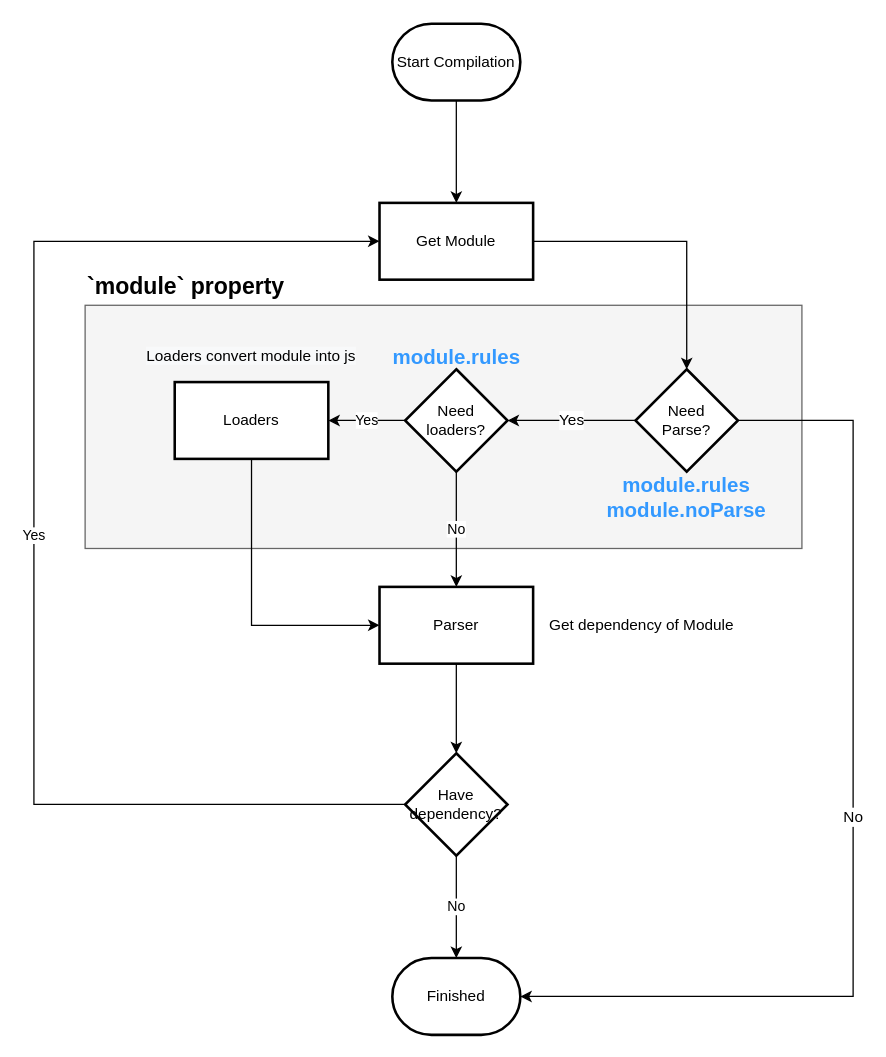
Above: page "graph" (1 of 2) of posts/12-module/assets/module.drawio in peterhpchen/webpack-quest (draw.io), before the change. Source tidied: cells renumbered, new cells numbered last; positions are measured from the earlier drawing's top-left corner, leaving out a move shared by most shapes. Both pictures are drawn from the tidied source at 128%, with x=0, y=0 at pixel (33, 23).
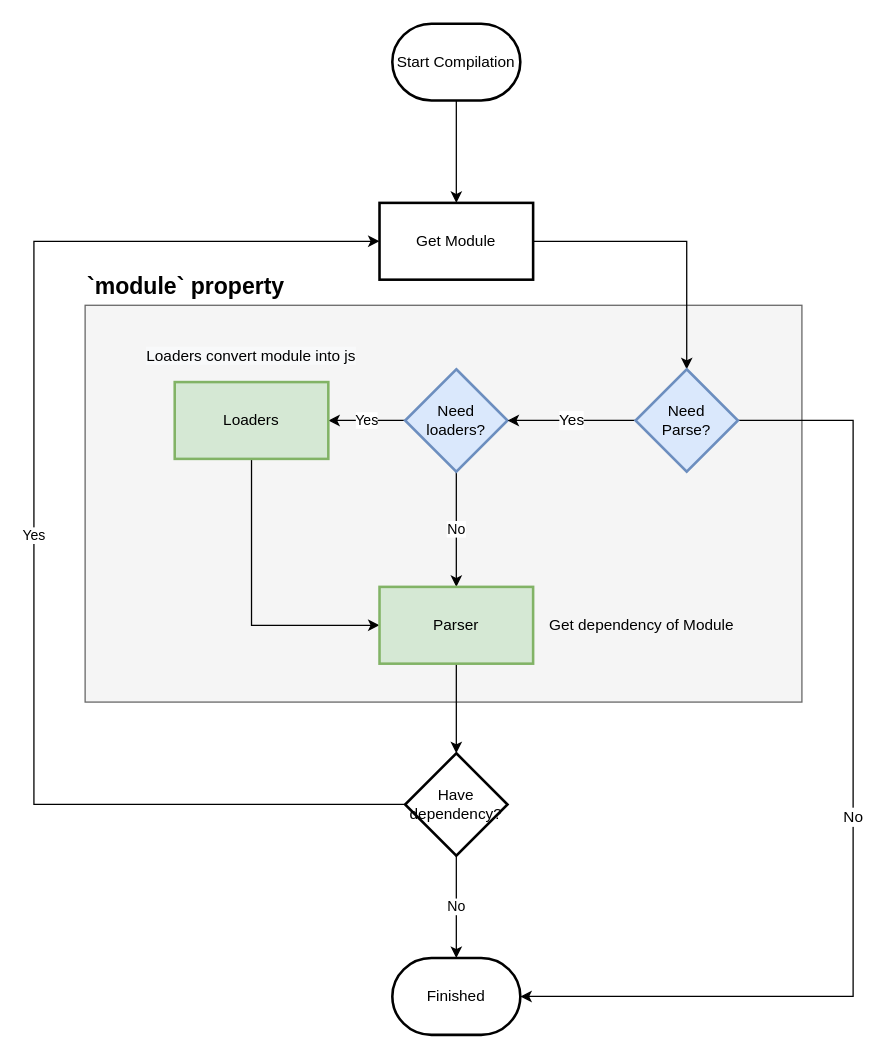
The same diagram, later.

What changed in the source:
```diff
@@
     <mxCell id="2" value="`module` property" style="rounded=0;whiteSpace=wrap;html=1;fillColor=#f5f5f5;strokeColor=#666666;labelPosition=center;verticalLabelPosition=top;align=left;verticalAlign=bottom;fontSize=18;fontStyle=1;" parent="1" vertex="1">
-      <mxGeometry x="40" y="220" width="560" height="190" as="geometry" />
+      <mxGeometry x="40" y="220" width="560" height="310" as="geometry" />
     </mxCell>
@@
-    <mxCell id="9" value="Need&lt;br&gt;loaders?" style="rhombus;whiteSpace=wrap;html=1;strokeWidth=2;" parent="1" vertex="1">
+    <mxCell id="9" value="Need&lt;br&gt;loaders?" style="rhombus;whiteSpace=wrap;html=1;strokeWidth=2;fillColor=#dae8fc;strokeColor=#6c8ebf;" parent="1" vertex="1">
       <mxGeometry x="290" y="270" width="80" height="80" as="geometry" />
     </mxCell>
@@
-    <mxCell id="11" value="Loaders" style="whiteSpace=wrap;html=1;strokeWidth=2;" parent="1" vertex="1">
+    <mxCell id="11" value="Loaders" style="whiteSpace=wrap;html=1;strokeWidth=2;fillColor=#d5e8d4;strokeColor=#82b366;" parent="1" vertex="1">
       <mxGeometry x="110" y="280" width="120" height="60" as="geometry" />
     </mxCell>
@@
-    <mxCell id="13" value="Parser" style="whiteSpace=wrap;html=1;strokeWidth=2;" parent="1" vertex="1">
+    <mxCell id="13" value="Parser" style="whiteSpace=wrap;html=1;strokeWidth=2;fillColor=#d5e8d4;strokeColor=#82b366;" parent="1" vertex="1">
       <mxGeometry x="270" y="440" width="120" height="60" as="geometry" />
     </mxCell>
@@
-    <mxCell id="22" value="Need&lt;br&gt;Parse?" style="rhombus;whiteSpace=wrap;html=1;strokeWidth=2;" parent="1" vertex="1">
+    <mxCell id="22" value="Need&lt;br&gt;Parse?" style="rhombus;whiteSpace=wrap;html=1;strokeWidth=2;fillColor=#dae8fc;strokeColor=#6c8ebf;" parent="1" vertex="1">
       <mxGeometry x="470" y="270" width="80" height="80" as="geometry" />
     </mxCell>
-    <mxCell id="23" value="module.rules" style="text;html=1;strokeColor=none;fillColor=none;align=center;verticalAlign=middle;whiteSpace=wrap;rounded=0;fontSize=16;fontColor=#3399FF;fontStyle=1;" parent="1" vertex="1">
-      <mxGeometry x="455" y="350" width="110" height="20" as="geometry" />
-    </mxCell>
-    <mxCell id="24" value="module.noParse" style="text;html=1;strokeColor=none;fillColor=none;align=center;verticalAlign=middle;whiteSpace=wrap;rounded=0;fontSize=16;fontColor=#3399FF;fontStyle=1;" parent="1" vertex="1">
-      <mxGeometry x="445" y="370" width="130" height="20" as="geometry" />
-    </mxCell>
-    <mxCell id="25" value="module.rules" style="text;html=1;strokeColor=none;fillColor=none;align=center;verticalAlign=middle;whiteSpace=wrap;rounded=0;fontSize=16;fontColor=#3399FF;fontStyle=1;" parent="1" vertex="1">
-      <mxGeometry x="277.5" y="250" width="105" height="20" as="geometry" />
-    </mxCell>
```
